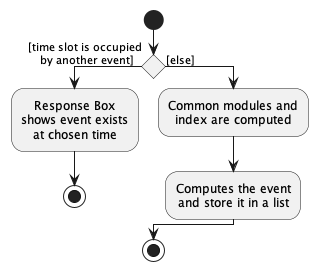
The PlantUML diagram docs/images/RecurCommandRecurringAddActivityDiagram.png in nus-cs2103-AY2223S2/tp, before a commit.
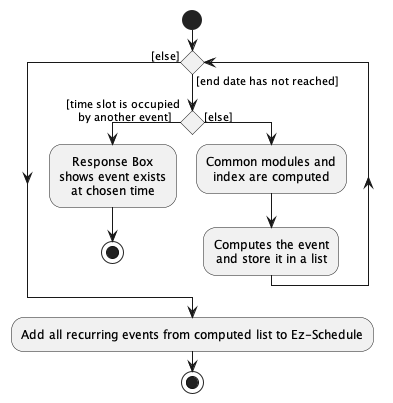
After the commit.

Commit message:
Update recur activity diagrams

What changed in the source:
```diff
@@ -2,6 +2,7 @@
 skinparam defaultTextAlignment center
 
 start
+while () is ([end date has not reached])
 if () then ([time slot is occupied
     by another event])
         :Response Box
@@ -14,6 +15,8 @@
     :Computes the event
     and store it in a list;
     endif
+endwhile ([else])
+:Add all recurring events from computed list to Ez-Schedule;
 stop
 
 @enduml
```
